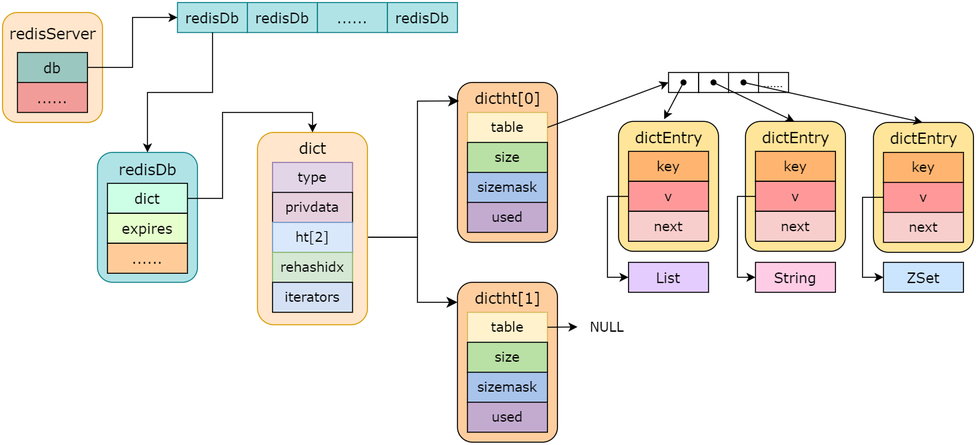
The draw.io diagram redis/Redis服务总体结构图.drawio.png in guxdong/imgrepo, before a commit. Source tidied: cells renumbered, new cells last; positions are measured from the earlier drawing's top-left corner, leaving out a move shared by most shapes.
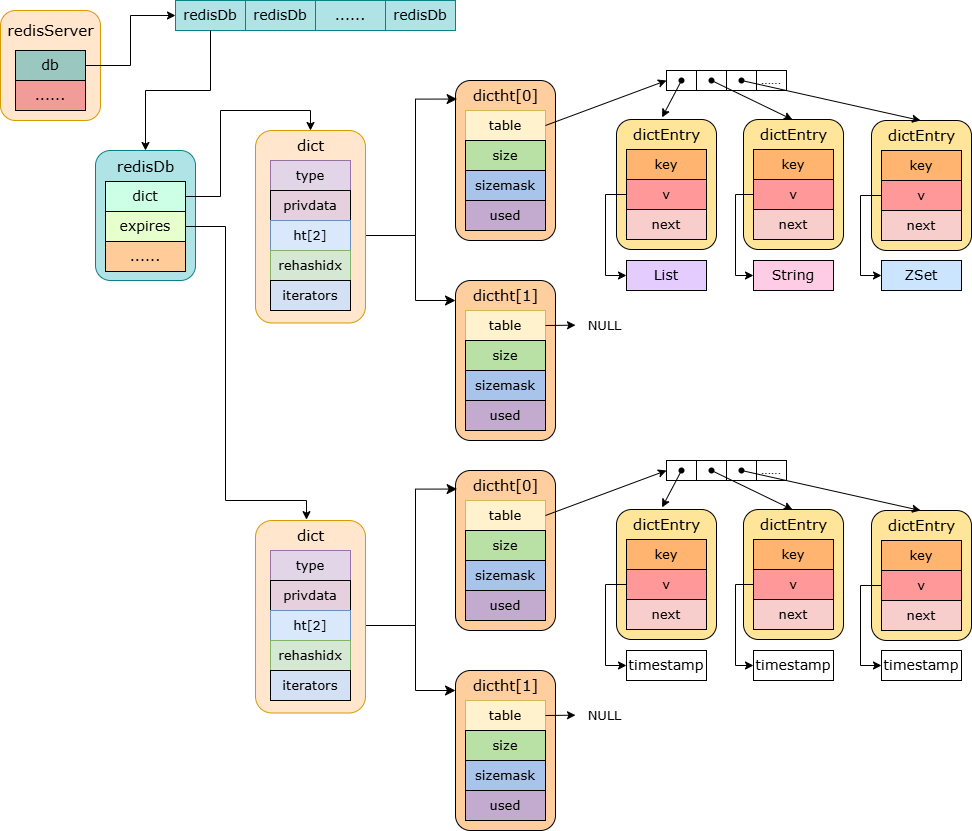
Above is the later version.

Commit message:
更新Redis服务总体结构图.drawio.png

Change to the diagram source:
```diff
@@ -274,5 +274,226 @@
         </Array>
       </mxGeometry>
     </mxCell>
+    <mxCell id="82" style="group;" parent="1" vertex="1">
+      <mxGeometry x="455" y="470" width="100" height="160" as="geometry" />
+    </mxCell>
+    <mxCell id="83" style="rounded=1;whiteSpace=wrap;html=1;fillColor=#FFCE9F;" parent="82" vertex="1">
+      <mxGeometry width="100" height="160" as="geometry" />
+    </mxCell>
+    <mxCell id="84" value="&lt;font&gt;table&lt;/font&gt;" style="rounded=0;whiteSpace=wrap;html=1;fontSize=13;fontFamily=Verdana;fillColor=#fff2cc;strokeColor=#d6b656;" parent="82" vertex="1">
+      <mxGeometry x="10" y="30" width="80" height="30" as="geometry" />
+    </mxCell>
+    <mxCell id="85" value="&lt;font&gt;size&lt;/font&gt;" style="rounded=0;whiteSpace=wrap;html=1;fontSize=13;fontFamily=Verdana;fillColor=#B9E0A5;" parent="82" vertex="1">
+      <mxGeometry x="10" y="60" width="80" height="30" as="geometry" />
+    </mxCell>
+    <mxCell id="86" value="&lt;font&gt;sizemask&lt;/font&gt;" style="rounded=0;whiteSpace=wrap;html=1;fontSize=13;fontFamily=Verdana;fillColor=#A9C4EB;" parent="82" vertex="1">
+      <mxGeometry x="10" y="90" width="80" height="30" as="geometry" />
+    </mxCell>
+    <mxCell id="87" value="&lt;font&gt;used&lt;/font&gt;" style="rounded=0;whiteSpace=wrap;html=1;fontSize=13;fontFamily=Verdana;fillColor=#C3ABD0;" parent="82" vertex="1">
+      <mxGeometry x="10" y="120" width="80" height="30" as="geometry" />
+    </mxCell>
+    <mxCell id="88" value="&lt;font style=&quot;font-size: 15px;&quot; face=&quot;Verdana&quot;&gt;dictht[0]&lt;/font&gt;" style="text;html=1;align=center;verticalAlign=middle;strokeColor=none;fillColor=none;" parent="82" vertex="1">
+      <mxGeometry x="5" width="90" height="30" as="geometry" />
+    </mxCell>
+    <mxCell id="89" style="group;" parent="1" vertex="1">
+      <mxGeometry x="455" y="670" width="100" height="160" as="geometry" />
+    </mxCell>
+    <mxCell id="90" style="rounded=1;whiteSpace=wrap;html=1;fillColor=#FFCE9F;" parent="89" vertex="1">
+      <mxGeometry width="100" height="160" as="geometry" />
+    </mxCell>
+    <mxCell id="91" value="&lt;font&gt;table&lt;/font&gt;" style="rounded=0;whiteSpace=wrap;html=1;fontSize=13;fontFamily=Verdana;fillColor=#fff2cc;strokeColor=#d6b656;" parent="89" vertex="1">
+      <mxGeometry x="10" y="30" width="80" height="30" as="geometry" />
+    </mxCell>
+    <mxCell id="92" value="&lt;font&gt;size&lt;/font&gt;" style="rounded=0;whiteSpace=wrap;html=1;fontSize=13;fontFamily=Verdana;fillColor=#B9E0A5;" parent="89" vertex="1">
+      <mxGeometry x="10" y="60" width="80" height="30" as="geometry" />
+    </mxCell>
+    <mxCell id="93" value="&lt;font&gt;sizemask&lt;/font&gt;" style="rounded=0;whiteSpace=wrap;html=1;fontSize=13;fontFamily=Verdana;fillColor=#A9C4EB;" parent="89" vertex="1">
+      <mxGeometry x="10" y="90" width="80" height="30" as="geometry" />
+    </mxCell>
+    <mxCell id="94" value="&lt;font&gt;used&lt;/font&gt;" style="rounded=0;whiteSpace=wrap;html=1;fontSize=13;fontFamily=Verdana;fillColor=#C3ABD0;" parent="89" vertex="1">
+      <mxGeometry x="10" y="120" width="80" height="30" as="geometry" />
+    </mxCell>
+    <mxCell id="95" value="&lt;font style=&quot;font-size: 15px;&quot; face=&quot;Verdana&quot;&gt;dictht[1]&lt;/font&gt;" style="text;html=1;align=center;verticalAlign=middle;strokeColor=none;fillColor=none;" parent="89" vertex="1">
+      <mxGeometry x="5" width="90" height="30" as="geometry" />
+    </mxCell>
+    <mxCell id="96" style="edgeStyle=segmentEdgeStyle;endArrow=classic;html=1;curved=0;rounded=0;endSize=8;startSize=8;exitX=1;exitY=0.5;exitDx=0;exitDy=0;entryX=0.016;entryY=0.116;entryDx=0;entryDy=0;entryPerimeter=0;" parent="1" edge="1" source="102" target="83">
+      <mxGeometry relative="1" as="geometry">
+        <Array as="points">
+          <mxPoint x="415" y="625" />
+          <mxPoint x="415" y="489" />
+        </Array>
+      </mxGeometry>
+    </mxCell>
+    <mxCell id="97" style="edgeStyle=segmentEdgeStyle;endArrow=classic;html=1;curved=0;rounded=0;endSize=8;startSize=8;exitX=1;exitY=0.5;exitDx=0;exitDy=0;" parent="1" edge="1" source="102">
+      <mxGeometry relative="1" as="geometry">
+        <mxPoint x="455" y="690" as="targetPoint" />
+        <Array as="points">
+          <mxPoint x="415" y="625" />
+          <mxPoint x="415" y="690" />
+        </Array>
+      </mxGeometry>
+    </mxCell>
+    <mxCell id="98" style="group;" parent="1" vertex="1">
+      <mxGeometry x="255" y="520" width="110" height="192.5" as="geometry" />
+    </mxCell>
+    <mxCell id="99" style="rounded=1;whiteSpace=wrap;html=1;fillColor=#ffe6cc;strokeColor=#d79b00;" parent="98" vertex="1">
+      <mxGeometry width="110" height="192.5" as="geometry" />
+    </mxCell>
+    <mxCell id="100" value="type" style="rounded=0;whiteSpace=wrap;html=1;fontSize=13;fontFamily=Verdana;fillColor=#e1d5e7;strokeColor=#9673a6;" parent="98" vertex="1">
+      <mxGeometry x="15" y="30" width="80" height="30" as="geometry" />
+    </mxCell>
+    <mxCell id="101" value="&lt;font&gt;&lt;span&gt;privdata﻿&lt;/span&gt;&lt;/font&gt;" style="rounded=0;whiteSpace=wrap;html=1;fontSize=13;fontFamily=Verdana;fillColor=#E6D0DE;gradientColor=none;" parent="98" vertex="1">
+      <mxGeometry x="15" y="60" width="80" height="30" as="geometry" />
+    </mxCell>
+    <mxCell id="102" value="&lt;font&gt;&lt;span&gt;ht[2]&lt;/span&gt;&lt;/font&gt;" style="rounded=0;whiteSpace=wrap;html=1;fontSize=13;fontFamily=Verdana;fillColor=#dae8fc;strokeColor=#6c8ebf;" parent="98" vertex="1">
+      <mxGeometry x="15" y="90" width="80" height="30" as="geometry" />
+    </mxCell>
+    <mxCell id="103" value="&lt;font&gt;&lt;span&gt;rehashidx﻿&lt;/span&gt;&lt;/font&gt;" style="rounded=0;whiteSpace=wrap;html=1;fontSize=13;fontFamily=Verdana;fillColor=#d5e8d4;strokeColor=#82b366;" parent="98" vertex="1">
+      <mxGeometry x="15" y="120" width="80" height="30" as="geometry" />
+    </mxCell>
+    <mxCell id="104" value="&lt;font&gt;&lt;span&gt;iterators&lt;/span&gt;&lt;/font&gt;" style="rounded=0;whiteSpace=wrap;html=1;fontSize=13;fontFamily=Verdana;fillColor=#D4E1F5;" parent="98" vertex="1">
+      <mxGeometry x="15" y="150" width="80" height="30" as="geometry" />
+    </mxCell>
+    <mxCell id="105" value="&lt;font style=&quot;font-size: 15px;&quot; face=&quot;Verdana&quot;&gt;dict&lt;/font&gt;" style="text;html=1;align=center;verticalAlign=middle;points=[];strokeColor=none;fillColor=none;" parent="98" vertex="1">
+      <mxGeometry x="30" width="50" height="30" as="geometry" />
+    </mxCell>
+    <mxCell id="106" style="group;" parent="1" vertex="1">
+      <mxGeometry x="616" y="509" width="100" height="130" as="geometry" />
+    </mxCell>
+    <mxCell id="107" style="rounded=1;whiteSpace=wrap;html=1;fillColor=#FFE599;" parent="106" vertex="1">
+      <mxGeometry width="100" height="130" as="geometry" />
+    </mxCell>
+    <mxCell id="108" value="&lt;font face=&quot;Verdana&quot; style=&quot;font-size: 13px;&quot;&gt;key&lt;/font&gt;" style="rounded=0;whiteSpace=wrap;html=1;fillColor=#FFB570;" parent="106" vertex="1">
+      <mxGeometry x="10" y="30" width="80" height="30" as="geometry" />
+    </mxCell>
+    <mxCell id="109" value="&lt;font face=&quot;Verdana&quot; style=&quot;font-size: 13px;&quot;&gt;v&lt;/font&gt;" style="rounded=0;whiteSpace=wrap;html=1;fillColor=#FF9999;" parent="106" vertex="1">
+      <mxGeometry x="10" y="60" width="80" height="30" as="geometry" />
+    </mxCell>
+    <mxCell id="110" value="&lt;font face=&quot;Verdana&quot; style=&quot;font-size: 13px;&quot;&gt;next&lt;/font&gt;" style="rounded=0;whiteSpace=wrap;html=1;fillColor=#F8CECC;" parent="106" vertex="1">
+      <mxGeometry x="10" y="90" width="80" height="30" as="geometry" />
+    </mxCell>
+    <mxCell id="111" value="&lt;font style=&quot;font-size: 15px;&quot; face=&quot;Verdana&quot;&gt;dictEntry&lt;/font&gt;" style="text;html=1;align=center;verticalAlign=middle;points=[];strokeColor=none;fillColor=none;" parent="106" vertex="1">
+      <mxGeometry x="5" width="90" height="30" as="geometry" />
+    </mxCell>
+    <mxCell id="112" style="group;" parent="1" vertex="1">
+      <mxGeometry x="871" y="510" width="100" height="130" as="geometry" />
+    </mxCell>
+    <mxCell id="113" style="rounded=1;whiteSpace=wrap;html=1;fillColor=#FFE599;" parent="112" vertex="1">
+      <mxGeometry width="100" height="130" as="geometry" />
+    </mxCell>
+    <mxCell id="114" value="&lt;font face=&quot;Verdana&quot; style=&quot;font-size: 13px;&quot;&gt;key&lt;/font&gt;" style="rounded=0;whiteSpace=wrap;html=1;fillColor=#FFB570;" parent="112" vertex="1">
+      <mxGeometry x="10" y="30" width="80" height="30" as="geometry" />
+    </mxCell>
+    <mxCell id="115" value="&lt;font face=&quot;Verdana&quot; style=&quot;font-size: 13px;&quot;&gt;v&lt;/font&gt;" style="rounded=0;whiteSpace=wrap;html=1;fillColor=#FF9999;" parent="112" vertex="1">
+      <mxGeometry x="10" y="60" width="80" height="30" as="geometry" />
+    </mxCell>
+    <mxCell id="116" value="&lt;font face=&quot;Verdana&quot; style=&quot;font-size: 13px;&quot;&gt;next&lt;/font&gt;" style="rounded=0;whiteSpace=wrap;html=1;fillColor=#F8CECC;" parent="112" vertex="1">
+      <mxGeometry x="10" y="90" width="80" height="30" as="geometry" />
+    </mxCell>
+    <mxCell id="117" value="&lt;font style=&quot;font-size: 15px;&quot; face=&quot;Verdana&quot;&gt;dictEntry&lt;/font&gt;" style="text;html=1;align=center;verticalAlign=middle;points=[];strokeColor=none;fillColor=none;" parent="112" vertex="1">
+      <mxGeometry x="5" width="90" height="30" as="geometry" />
+    </mxCell>
+    <mxCell id="118" style="group;" parent="1" vertex="1">
+      <mxGeometry x="743" y="509" width="100" height="130" as="geometry" />
+    </mxCell>
+    <mxCell id="119" style="rounded=1;whiteSpace=wrap;html=1;fillColor=#FFE599;" parent="118" vertex="1">
+      <mxGeometry width="100" height="130" as="geometry" />
+    </mxCell>
+    <mxCell id="120" value="&lt;font face=&quot;Verdana&quot; style=&quot;font-size: 13px;&quot;&gt;key&lt;/font&gt;" style="rounded=0;whiteSpace=wrap;html=1;fillColor=#FFB570;" parent="118" vertex="1">
+      <mxGeometry x="10" y="30" width="80" height="30" as="geometry" />
+    </mxCell>
+    <mxCell id="121" value="&lt;font face=&quot;Verdana&quot; style=&quot;font-size: 13px;&quot;&gt;v&lt;/font&gt;" style="rounded=0;whiteSpace=wrap;html=1;fillColor=#FF9999;" parent="118" vertex="1">
+      <mxGeometry x="10" y="60" width="80" height="30" as="geometry" />
+    </mxCell>
+    <mxCell id="122" value="&lt;font face=&quot;Verdana&quot; style=&quot;font-size: 13px;&quot;&gt;next&lt;/font&gt;" style="rounded=0;whiteSpace=wrap;html=1;fillColor=#F8CECC;" parent="118" vertex="1">
+      <mxGeometry x="10" y="90" width="80" height="30" as="geometry" />
+    </mxCell>
+    <mxCell id="123" value="&lt;font style=&quot;font-size: 15px;&quot; face=&quot;Verdana&quot;&gt;dictEntry&lt;/font&gt;" style="text;html=1;align=center;verticalAlign=middle;points=[];strokeColor=none;fillColor=none;" parent="118" vertex="1">
+      <mxGeometry x="5" width="90" height="30" as="geometry" />
+    </mxCell>
+    <mxCell id="124" style="group;" parent="1" vertex="1">
+      <mxGeometry x="666" y="460" width="120" height="20" as="geometry" />
+    </mxCell>
+    <mxCell id="125" style="rounded=0;whiteSpace=wrap;html=1;" parent="124" vertex="1">
+      <mxGeometry x="30" width="30" height="20" as="geometry" />
+    </mxCell>
+    <mxCell id="126" style="rounded=0;whiteSpace=wrap;html=1;" parent="124" vertex="1">
+      <mxGeometry x="60" width="30" height="20" as="geometry" />
+    </mxCell>
+    <mxCell id="127" value="......" style="rounded=0;whiteSpace=wrap;html=1;" parent="124" vertex="1">
+      <mxGeometry x="90" width="30" height="20" as="geometry" />
+    </mxCell>
+    <mxCell id="128" style="rounded=0;whiteSpace=wrap;html=1;" parent="124" vertex="1">
+      <mxGeometry width="30" height="20" as="geometry" />
+    </mxCell>
+    <mxCell id="129" style="shape=waypoint;sketch=0;fillStyle=solid;size=6;points=[];fillColor=none;perimeter=centerPerimeter;snapToPoint=1;" parent="124" vertex="1">
+      <mxGeometry x="5" width="20" height="20" as="geometry" />
+    </mxCell>
+    <mxCell id="130" style="shape=waypoint;sketch=0;fillStyle=solid;size=6;points=[];fillColor=none;perimeter=centerPerimeter;snapToPoint=1;" parent="124" vertex="1">
+      <mxGeometry x="35" width="20" height="20" as="geometry" />
+    </mxCell>
+    <mxCell id="131" style="shape=waypoint;sketch=0;fillStyle=solid;size=6;points=[];fillColor=none;perimeter=centerPerimeter;snapToPoint=1;" parent="124" vertex="1">
+      <mxGeometry x="65" width="20" height="20" as="geometry" />
+    </mxCell>
+    <mxCell id="132" style="endArrow=classic;html=1;rounded=0;entryX=0.488;entryY=0.004;entryDx=0;entryDy=0;entryPerimeter=0;exitX=0.556;exitY=1.039;exitDx=0;exitDy=0;exitPerimeter=0;" parent="1" edge="1" source="130" target="123">
+      <mxGeometry relative="1" as="geometry" />
+    </mxCell>
+    <mxCell id="133" style="endArrow=classic;html=1;rounded=0;entryX=0.451;entryY=-0.07;entryDx=0;entryDy=0;entryPerimeter=0;" parent="1" edge="1" source="129" target="111">
+      <mxGeometry relative="1" as="geometry" />
+    </mxCell>
+    <mxCell id="134" style="endArrow=classic;html=1;rounded=0;entryX=0;entryY=0.5;entryDx=0;entryDy=0;exitX=1;exitY=0.5;exitDx=0;exitDy=0;" parent="1" edge="1" source="84" target="128">
+      <mxGeometry relative="1" as="geometry" />
+    </mxCell>
+    <mxCell id="135" value="&lt;font style=&quot;font-size: 13px;&quot; face=&quot;Verdana&quot;&gt;NULL&lt;/font&gt;" style="text;html=1;align=center;verticalAlign=middle;points=[];strokeColor=none;fillColor=none;" parent="1" vertex="1">
+      <mxGeometry x="574" y="700" width="60" height="30" as="geometry" />
+    </mxCell>
+    <mxCell id="136" style="endArrow=classic;html=1;rounded=0;entryX=0.017;entryY=0.489;entryDx=0;entryDy=0;entryPerimeter=0;exitX=1;exitY=0.5;exitDx=0;exitDy=0;" parent="1" edge="1" source="91" target="135">
+      <mxGeometry relative="1" as="geometry" />
+    </mxCell>
+    <mxCell id="137" value="&lt;font face=&quot;Verdana&quot; style=&quot;font-size: 14px&quot;&gt;timestamp&lt;/font&gt;" style="rounded=0;whiteSpace=wrap;html=1;fillColor=none;" parent="1" vertex="1">
+      <mxGeometry x="753" y="650" width="80" height="30" as="geometry" />
+    </mxCell>
+    <mxCell id="138" value="&lt;font face=&quot;Verdana&quot; style=&quot;font-size: 14px&quot;&gt;timestamp&lt;/font&gt;" style="rounded=0;whiteSpace=wrap;html=1;fillColor=none;" parent="1" vertex="1">
+      <mxGeometry x="881" y="650" width="80" height="30" as="geometry" />
+    </mxCell>
+    <mxCell id="139" value="&lt;font face=&quot;Verdana&quot; style=&quot;font-size: 14px&quot;&gt;timestamp&lt;/font&gt;" style="rounded=0;whiteSpace=wrap;html=1;fillColor=none;" parent="1" vertex="1">
+      <mxGeometry x="626" y="650" width="80" height="30" as="geometry" />
+    </mxCell>
+    <mxCell id="140" style="endArrow=classic;html=1;rounded=0;entryX=0.489;entryY=0;entryDx=0;entryDy=0;entryPerimeter=0;exitX=0.45;exitY=0.4;exitDx=0;exitDy=0;exitPerimeter=0;" parent="1" edge="1" source="131" target="117">
+      <mxGeometry relative="1" as="geometry" />
+    </mxCell>
+    <mxCell id="141" style="endArrow=classic;html=1;rounded=0;edgeStyle=orthogonalEdgeStyle;entryX=0;entryY=0.5;entryDx=0;entryDy=0;exitX=0;exitY=0.5;exitDx=0;exitDy=0;" parent="1" edge="1" source="109" target="139">
+      <mxGeometry relative="1" as="geometry">
+        <Array as="points">
+          <mxPoint x="605" y="584" />
+          <mxPoint x="605" y="665" />
+        </Array>
+      </mxGeometry>
+    </mxCell>
+    <mxCell id="142" style="endArrow=classic;html=1;rounded=0;edgeStyle=orthogonalEdgeStyle;entryX=0;entryY=0.5;entryDx=0;entryDy=0;exitX=0;exitY=0.5;exitDx=0;exitDy=0;" parent="1" edge="1" source="121" target="137">
+      <mxGeometry relative="1" as="geometry">
+        <Array as="points">
+          <mxPoint x="735" y="584" />
+          <mxPoint x="735" y="665" />
+        </Array>
+      </mxGeometry>
+    </mxCell>
+    <mxCell id="143" style="endArrow=classic;html=1;rounded=0;edgeStyle=orthogonalEdgeStyle;entryX=0;entryY=0.5;entryDx=0;entryDy=0;exitX=0;exitY=0.5;exitDx=0;exitDy=0;" parent="1" edge="1" source="115" target="138">
+      <mxGeometry relative="1" as="geometry">
+        <Array as="points">
+          <mxPoint x="860" y="585" />
+          <mxPoint x="860" y="665" />
+        </Array>
+      </mxGeometry>
+    </mxCell>
+    <mxCell id="144" style="endArrow=classic;html=1;rounded=0;edgeStyle=orthogonalEdgeStyle;exitX=1;exitY=0.5;exitDx=0;exitDy=0;entryX=0.42;entryY=-0.029;entryDx=0;entryDy=0;entryPerimeter=0;" parent="1" edge="1" source="77" target="105">
+      <mxGeometry relative="1" as="geometry">
+        <Array as="points">
+          <mxPoint x="225" y="226" />
+          <mxPoint x="225" y="500" />
+          <mxPoint x="306" y="500" />
+        </Array>
+      </mxGeometry>
+    </mxCell>
   </root>
 </mxGraphModel>
```
